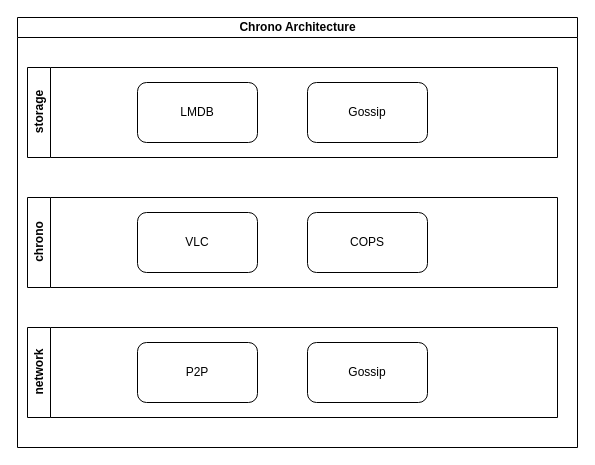
The draw.io diagram hip-b.drawio in sglk123/lingkangsg, before the edit. Source tidied: cells renumbered, new cells numbered last; positions are measured from the earlier drawing's top-left corner, leaving out a move shared by most shapes. Both pictures are drawn from the tidied source at 100%, with x=0, y=0 at pixel (17, 17).
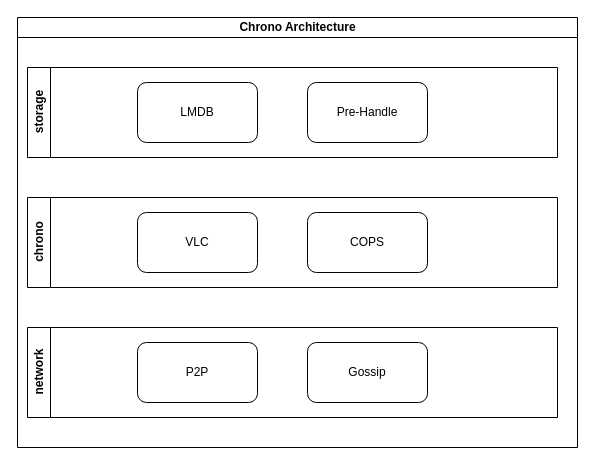
After the change.

Change to the diagram source:
```diff
@@
 <mxGraphModel>
   <root>
     <mxCell id="0" />
     <mxCell id="1" parent="0" />
     <mxCell id="2" value="Chrono Architecture" style="swimlane;html=1;startSize=20;horizontal=1;containerType=tree;glass=0;" parent="1" vertex="1">
       <mxGeometry width="560" height="430" as="geometry" />
     </mxCell>
     <mxCell id="3" value="network" style="swimlane;horizontal=0;whiteSpace=wrap;html=1;" parent="2" vertex="1">
       <mxGeometry x="10" y="310" width="530" height="90" as="geometry" />
     </mxCell>
     <mxCell id="4" value="P2P" style="rounded=1;whiteSpace=wrap;html=1;" parent="3" vertex="1">
       <mxGeometry x="110" y="15" width="120" height="60" as="geometry" />
     </mxCell>
     <mxCell id="5" value="Gossip" style="rounded=1;whiteSpace=wrap;html=1;" parent="3" vertex="1">
       <mxGeometry x="280" y="15" width="120" height="60" as="geometry" />
     </mxCell>
     <mxCell id="6" value="storage" style="swimlane;horizontal=0;whiteSpace=wrap;html=1;" parent="2" vertex="1">
       <mxGeometry x="10" y="50" width="530" height="90" as="geometry" />
     </mxCell>
     <mxCell id="7" value="LMDB" style="rounded=1;whiteSpace=wrap;html=1;" parent="6" vertex="1">
       <mxGeometry x="110" y="15" width="120" height="60" as="geometry" />
     </mxCell>
-    <mxCell id="8" value="Gossip" style="rounded=1;whiteSpace=wrap;html=1;" parent="6" vertex="1">
+    <mxCell id="8" value="Pre-Handle" style="rounded=1;whiteSpace=wrap;html=1;" parent="6" vertex="1">
       <mxGeometry x="280" y="15" width="120" height="60" as="geometry" />
     </mxCell>
     <mxCell id="9" value="chrono" style="swimlane;horizontal=0;whiteSpace=wrap;html=1;" parent="2" vertex="1">
       <mxGeometry x="10" y="180" width="530" height="90" as="geometry" />
     </mxCell>
     <mxCell id="10" value="VLC" style="rounded=1;whiteSpace=wrap;html=1;" parent="9" vertex="1">
       <mxGeometry x="110" y="15" width="120" height="60" as="geometry" />
     </mxCell>
     <mxCell id="11" value="COPS" style="rounded=1;whiteSpace=wrap;html=1;" parent="9" vertex="1">
       <mxGeometry x="280" y="15" width="120" height="60" as="geometry" />
     </mxCell>
   </root>
 </mxGraphModel>
```
